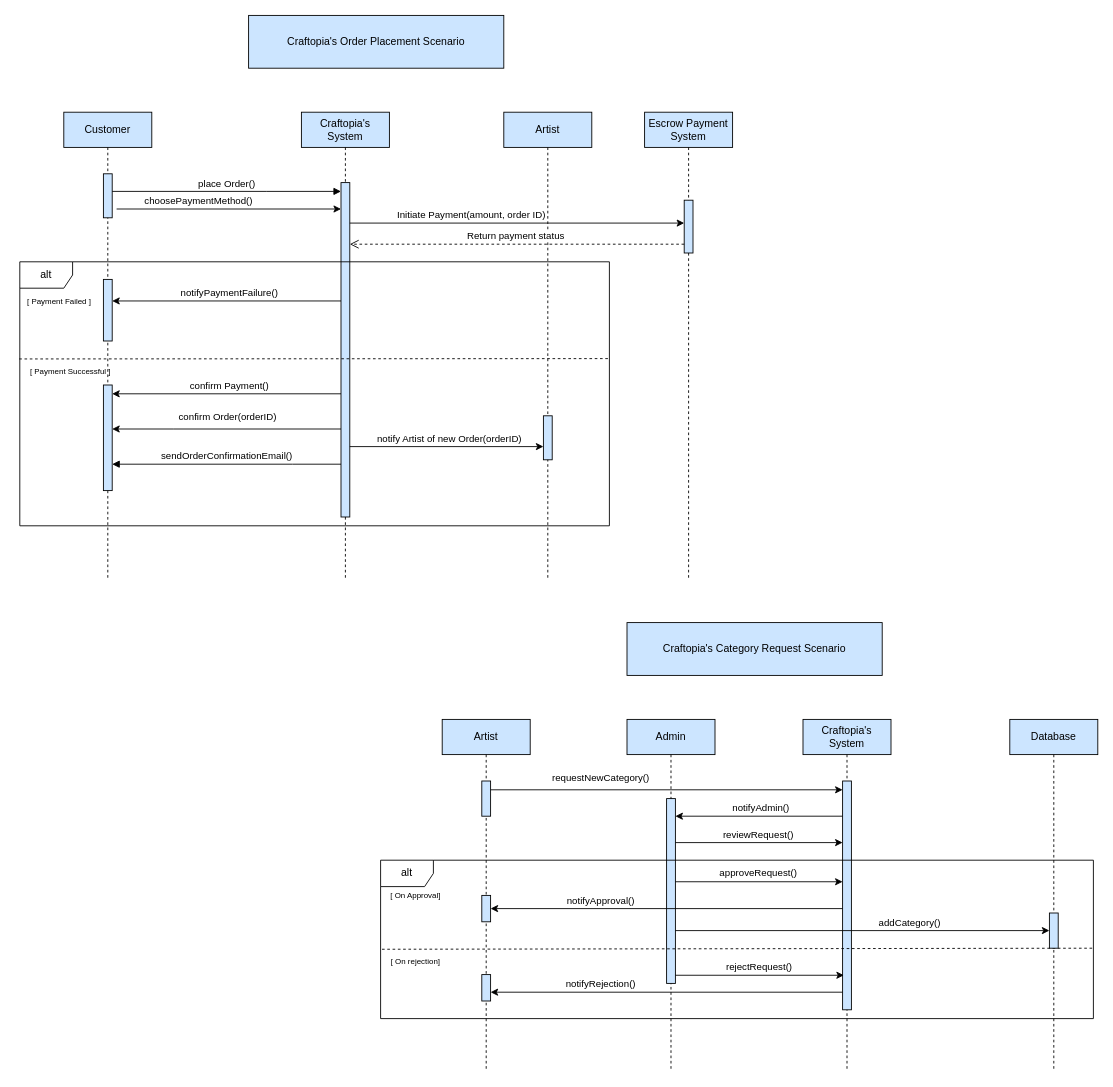
Before: Sequence Diagram/SequenceDiagram 2.drawio in alibedair/Graduation-Project, a draw.io diagram. Source tidied: cells renumbered, new cells numbered last; positions are measured from the earlier drawing's top-left corner, leaving out a move shared by most shapes. Both pictures are drawn from the tidied source at 88%, with x=0, y=0 at pixel (15, 15).
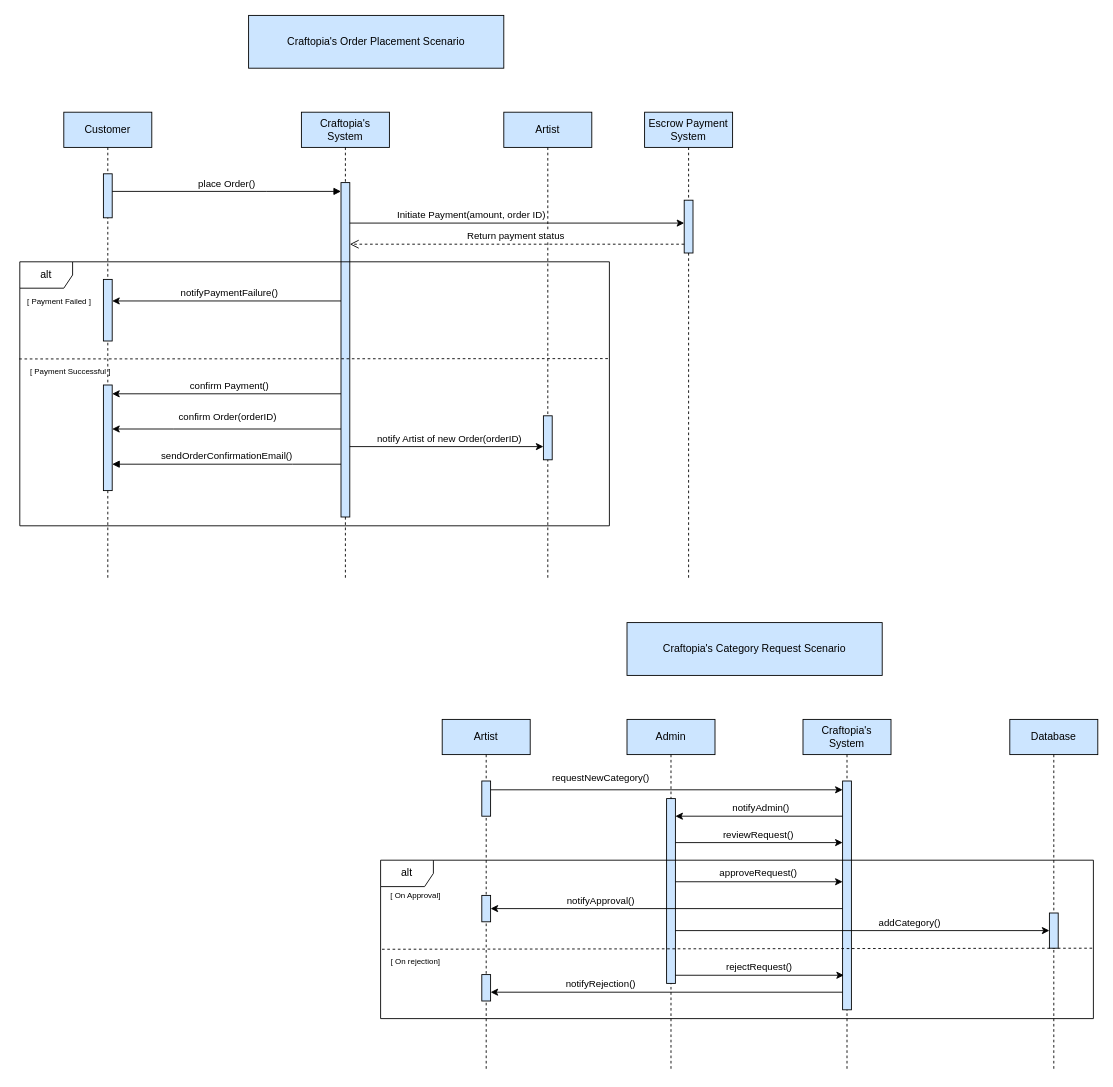
After the change.

What changed in the source:
```diff
@@
-    <mxCell id="61" style="endArrow=classic;html=1;rounded=0;" parent="1" edge="1">
-      <mxGeometry relative="1" as="geometry">
-        <mxPoint x="115" y="220" as="sourcePoint" />
-        <mxPoint x="370" y="220" as="targetPoint" />
-      </mxGeometry>
-    </mxCell>
-    <mxCell id="62" value="choosePaymentMethod()" style="edgeLabel;html=1;align=center;verticalAlign=middle;" parent="61" vertex="1">
-      <mxGeometry x="-0.28" y="4" relative="1" as="geometry">
-        <mxPoint y="-6" as="offset" />
-      </mxGeometry>
-    </mxCell>
```
